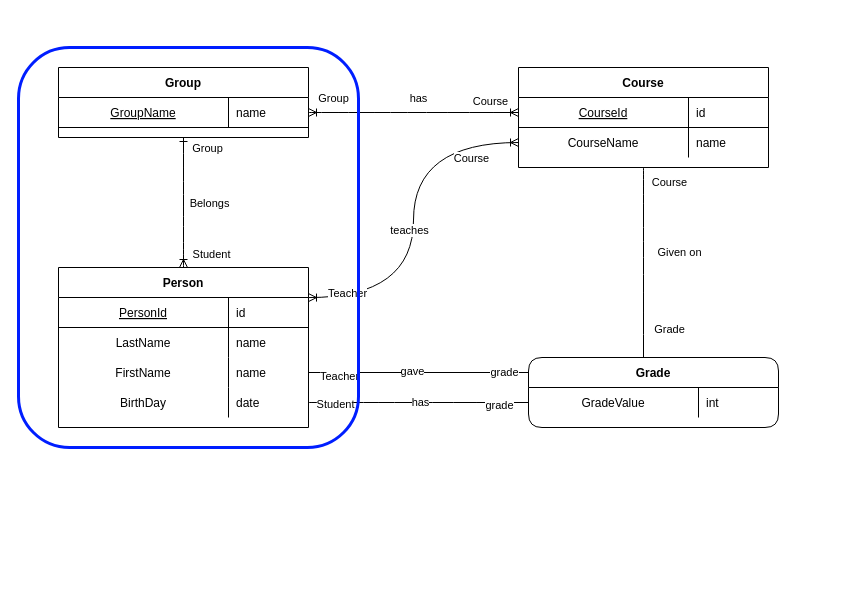
The draw.io diagram university_ERM.drawio in agatiks/generation, before the edit. Source tidied: cells renumbered, new cells numbered last; positions are measured from the earlier drawing's top-left corner, leaving out a move shared by most shapes. Both pictures are drawn from the tidied source at 100%, with x=0, y=0 at pixel (18, 47).
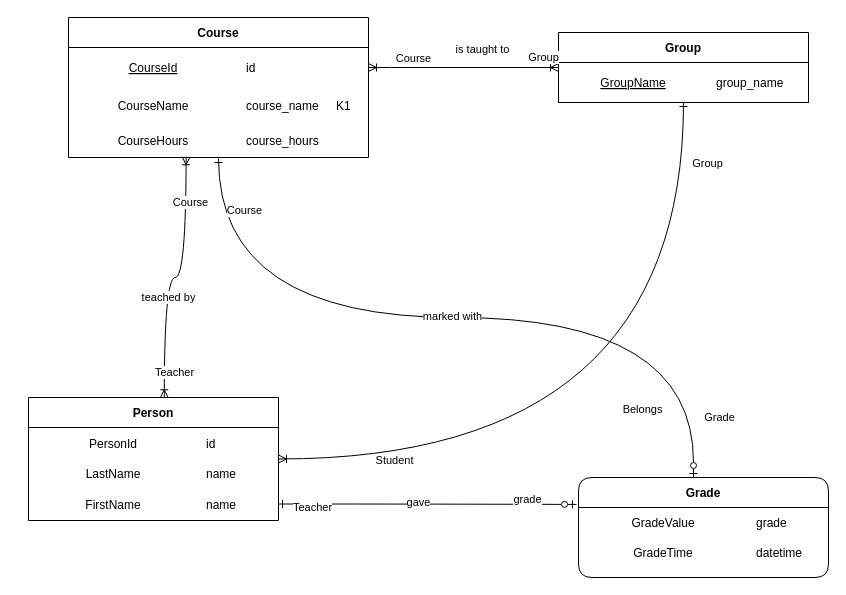
The same page after the edit.

Unchanged cells that the change refers to:
```xml
<mxCell id="2" style="edgeStyle=orthogonalEdgeStyle;curved=1;rounded=0;jettySize=auto;html=1;startArrow=ERoneToMany;startFill=0;endArrow=ERone;endFill=0;" parent="1" edge="1" source="6" target="30">
  <mxGeometry relative="1" as="geometry" />
</mxCell>
<mxCell id="43" style="shape=partialRectangle;fillColor=none;points=[[0,0.5],[1,0.5]];portConstraint=eastwest;top=0;left=0;right=0;bottom=0;" parent="42" vertex="1">
  <mxGeometry y="30" width="250" height="30" as="geometry" />
</mxCell>
```

Diff of the diagram source:
```diff
@@
     <mxCell id="3" value="Student" style="edgeLabel;html=1;align=center;verticalAlign=middle;" parent="2" vertex="1">
       <mxGeometry x="-0.78" y="-1" relative="1" as="geometry">
-        <mxPoint x="26" as="offset" />
+        <mxPoint x="31" as="offset" />
       </mxGeometry>
     </mxCell>
     <mxCell id="4" value="Belongs" style="edgeLabel;html=1;align=center;verticalAlign=middle;" parent="2" vertex="1">
       <mxGeometry relative="1" as="geometry">
-        <mxPoint x="25" as="offset" />
+        <mxPoint x="-18" y="-50" as="offset" />
       </mxGeometry>
     </mxCell>
@@
-    <mxCell id="6" value="Person" style="shape=table;startSize=30;childLayout=tableLayout;rowLines=0;fontStyle=1;align=center;" parent="1" vertex="1">
-      <mxGeometry x="40" y="220" width="250" height="160" as="geometry" />
+    <mxCell id="6" value="Person" style="shape=table;startSize=30;childLayout=tableLayout;rowLines=0;fontStyle=1;align=center;columnLines=0;" parent="1" vertex="1">
+      <mxGeometry x="10" y="350" width="250" height="123" as="geometry" />
     </mxCell>
-    <mxCell id="7" style="shape=partialRectangle;fillColor=none;top=0;left=0;right=0;bottom=1;" parent="6" vertex="1">
-      <mxGeometry y="30" width="250" height="30" as="geometry" />
-    </mxCell>
+    <mxCell id="55" style="shape=partialRectangle;fillColor=none;top=0;left=0;right=0;bottom=0;" parent="6" vertex="1">
+      <mxGeometry y="30" width="250" height="32" as="geometry" />
+    </mxCell>
-    <mxCell id="8" value="PersonId" style="shape=partialRectangle;overflow=hidden;fillColor=none;top=0;left=0;bottom=0;right=0;fontStyle=4;" parent="7" vertex="1">
-      <mxGeometry width="170" height="30" as="geometry" />
+    <mxCell id="8" value="PersonId" style="shape=partialRectangle;overflow=hidden;fillColor=none;top=0;left=0;bottom=0;right=0;" parent="55" vertex="1">
+      <mxGeometry width="170" height="32" as="geometry" />
     </mxCell>
-    <mxCell id="9" value="id" style="shape=partialRectangle;overflow=hidden;fillColor=none;top=0;left=0;bottom=0;right=0;align=left;spacingLeft=6;fontStyle=0;" parent="7" vertex="1">
-      <mxGeometry x="170" width="80" height="30" as="geometry" />
+    <mxCell id="9" value="id" style="shape=partialRectangle;overflow=hidden;fillColor=none;top=0;left=0;bottom=0;right=0;align=left;spacingLeft=6;" parent="55" vertex="1">
+      <mxGeometry x="170" width="80" height="32" as="geometry" />
     </mxCell>
     <mxCell id="10" style="shape=partialRectangle;fillColor=none;top=0;left=0;right=0;bottom=0;" parent="6" vertex="1">
-      <mxGeometry y="60" width="250" height="30" as="geometry" />
+      <mxGeometry y="62" width="250" height="28" as="geometry" />
     </mxCell>
     <mxCell id="11" value="LastName" style="shape=partialRectangle;overflow=hidden;fillColor=none;top=0;left=0;bottom=0;right=0;" parent="10" vertex="1">
-      <mxGeometry width="170" height="30" as="geometry" />
+      <mxGeometry width="170" height="28" as="geometry" />
     </mxCell>
     <mxCell id="12" value="name" style="shape=partialRectangle;overflow=hidden;fillColor=none;top=0;left=0;bottom=0;right=0;align=left;spacingLeft=6;" parent="10" vertex="1">
-      <mxGeometry x="170" width="80" height="30" as="geometry" />
+      <mxGeometry x="170" width="80" height="28" as="geometry" />
     </mxCell>
     <mxCell id="13" style="shape=partialRectangle;fillColor=none;points=[[0,0.5],[1,0.5]];portConstraint=eastwest;top=0;left=0;right=0;bottom=0;" parent="6" vertex="1">
-      <mxGeometry y="90" width="250" height="30" as="geometry" />
+      <mxGeometry y="90" width="250" height="33" as="geometry" />
     </mxCell>
     <mxCell id="14" value="FirstName" style="shape=partialRectangle;overflow=hidden;fillColor=none;top=0;left=0;bottom=0;right=0;" parent="13" vertex="1">
-      <mxGeometry width="170" height="30" as="geometry" />
+      <mxGeometry width="170" height="33" as="geometry" />
     </mxCell>
     <mxCell id="15" value="name" style="shape=partialRectangle;overflow=hidden;fillColor=none;top=0;left=0;bottom=0;right=0;align=left;spacingLeft=6;" parent="13" vertex="1">
-      <mxGeometry x="170" width="80" height="30" as="geometry" />
+      <mxGeometry x="170" width="80" height="33" as="geometry" />
     </mxCell>
-    <mxCell id="16" style="shape=partialRectangle;fillColor=none;points=[[0,0.5],[1,0.5]];portConstraint=eastwest;top=0;left=0;right=0;bottom=0;" parent="6" vertex="1">
-      <mxGeometry y="120" width="250" height="30" as="geometry" />
-    </mxCell>
-    <mxCell id="17" value="BirthDay" style="shape=partialRectangle;overflow=hidden;fillColor=none;top=0;left=0;bottom=0;right=0;" parent="16" vertex="1">
-      <mxGeometry width="170" height="30" as="geometry" />
-    </mxCell>
-    <mxCell id="18" value="date" style="shape=partialRectangle;overflow=hidden;fillColor=none;top=0;left=0;bottom=0;right=0;align=left;spacingLeft=6;" parent="16" vertex="1">
-      <mxGeometry x="170" width="80" height="30" as="geometry" />
-    </mxCell>
-    <mxCell id="19" style="edgeStyle=orthogonalEdgeStyle;curved=1;rounded=0;jettySize=auto;html=1;exitX=0.5;exitY=1;exitDx=0;exitDy=0;entryX=0.46;entryY=0;entryDx=0;entryDy=0;entryPerimeter=0;endArrow=none;endFill=0;" parent="1" edge="1" source="23" target="42">
+    <mxCell id="19" style="edgeStyle=orthogonalEdgeStyle;curved=1;rounded=0;jettySize=auto;html=1;exitX=0.5;exitY=1;exitDx=0;exitDy=0;entryX=0.46;entryY=0;entryDx=0;entryDy=0;entryPerimeter=0;endArrow=ERzeroToOne;endFill=0;startArrow=ERone;startFill=0;" parent="1" edge="1" source="23" target="42">
       <mxGeometry relative="1" as="geometry" />
     </mxCell>
     <mxCell id="20" value="Grade" style="edgeLabel;html=1;align=center;verticalAlign=middle;" parent="19" vertex="1">
       <mxGeometry x="0.69" y="2" relative="1" as="geometry">
-        <mxPoint x="23" as="offset" />
+        <mxPoint x="23" y="62" as="offset" />
       </mxGeometry>
     </mxCell>
-    <mxCell id="21" value="Given on" style="edgeLabel;html=1;align=center;verticalAlign=middle;" parent="19" vertex="1">
+    <mxCell id="21" value="marked with" style="edgeLabel;html=1;align=center;verticalAlign=middle;" parent="19" vertex="1">
       <mxGeometry x="-0.1" relative="1" as="geometry">
         <mxPoint x="35" y="-2" as="offset" />
       </mxGeometry>
     </mxCell>
@@
-    <mxCell id="23" value="Course" style="shape=table;startSize=30;childLayout=tableLayout;rowLines=0;fontStyle=1;align=center;" parent="1" vertex="1">
-      <mxGeometry x="500" y="20" width="250" height="100" as="geometry" />
+    <mxCell id="23" value="Course" style="shape=table;startSize=30;childLayout=tableLayout;rowLines=0;fontStyle=1;align=center;strokeColor=default;perimeterSpacing=1;strokeWidth=1;swimlaneLine=1;columnLines=0;rounded=0;" parent="1" vertex="1">
+      <mxGeometry x="50" y="-30" width="300" height="140" as="geometry" />
     </mxCell>
-    <mxCell id="24" style="shape=partialRectangle;fillColor=none;points=[[0,0.5],[1,0.5]];portConstraint=eastwest;top=0;left=0;right=0;bottom=1;" parent="23" vertex="1">
-      <mxGeometry y="30" width="250" height="30" as="geometry" />
+    <mxCell id="24" style="shape=partialRectangle;fillColor=none;points=[[0,0.5],[1,0.5]];portConstraint=eastwest;top=0;left=0;right=0;bottom=0;strokeColor=inherit;" parent="23" vertex="1">
+      <mxGeometry y="30" width="300" height="40" as="geometry" />
     </mxCell>
-    <mxCell id="25" value="CourseId" style="shape=partialRectangle;overflow=hidden;fillColor=none;top=0;left=0;bottom=0;right=0;fontStyle=4;" parent="24" vertex="1">
-      <mxGeometry width="170" height="30" as="geometry" />
+    <mxCell id="25" value="CourseId" style="shape=partialRectangle;overflow=hidden;fillColor=none;top=0;left=0;bottom=0;right=0;fontStyle=4;strokeColor=inherit;strokeWidth=0;" parent="24" vertex="1">
+      <mxGeometry width="170" height="40" as="geometry" />
     </mxCell>
-    <mxCell id="26" value="id" style="shape=partialRectangle;overflow=hidden;fillColor=none;top=0;left=0;bottom=0;right=0;align=left;spacingLeft=6;fontStyle=0;" parent="24" vertex="1">
-      <mxGeometry x="170" width="80" height="30" as="geometry" />
+    <mxCell id="26" value="id" style="shape=partialRectangle;overflow=hidden;fillColor=none;top=0;left=0;bottom=0;right=0;align=left;spacingLeft=6;fontStyle=0;strokeColor=inherit;" parent="24" vertex="1">
+      <mxGeometry x="170" width="90" height="40" as="geometry" />
     </mxCell>
+    <mxCell id="56" style="shape=partialRectangle;overflow=hidden;fillColor=none;top=0;left=0;bottom=0;right=0;align=left;spacingLeft=6;fontStyle=0;strokeColor=inherit;" parent="24" vertex="1">
+      <mxGeometry x="260" width="40" height="40" as="geometry" />
+    </mxCell>
     <mxCell id="27" style="shape=partialRectangle;fillColor=none;points=[[0,0.5],[1,0.5]];portConstraint=eastwest;top=0;left=0;right=0;bottom=0;" parent="23" vertex="1">
-      <mxGeometry y="60" width="250" height="30" as="geometry" />
+      <mxGeometry y="70" width="300" height="35" as="geometry" />
     </mxCell>
-    <mxCell id="28" value="CourseName" style="shape=partialRectangle;overflow=hidden;fillColor=none;top=0;left=0;bottom=0;right=0;" parent="27" vertex="1">
-      <mxGeometry width="170" height="30" as="geometry" />
+    <mxCell id="28" value="CourseName" style="shape=partialRectangle;overflow=hidden;fillColor=none;top=0;left=0;bottom=0;right=0;strokeColor=inherit;" parent="27" vertex="1">
+      <mxGeometry width="170" height="35" as="geometry" />
     </mxCell>
-    <mxCell id="29" value="name" style="shape=partialRectangle;overflow=hidden;fillColor=none;top=0;left=0;bottom=0;right=0;align=left;spacingLeft=6;" parent="27" vertex="1">
-      <mxGeometry x="170" width="80" height="30" as="geometry" />
+    <mxCell id="29" value="course_name" style="shape=partialRectangle;overflow=hidden;fillColor=none;top=0;left=0;bottom=0;right=0;align=left;spacingLeft=6;perimeterSpacing=4;strokeColor=default;strokeWidth=0;" parent="27" vertex="1">
+      <mxGeometry x="170" width="90" height="35" as="geometry" />
     </mxCell>
+    <mxCell id="57" value="K1" style="shape=partialRectangle;overflow=hidden;fillColor=none;top=0;left=0;bottom=0;right=0;align=left;spacingLeft=6;perimeterSpacing=4;strokeColor=default;strokeWidth=0;" parent="27" vertex="1">
+      <mxGeometry x="260" width="40" height="35" as="geometry" />
+    </mxCell>
+    <mxCell id="58" style="shape=partialRectangle;fillColor=none;points=[[0,0.5],[1,0.5]];portConstraint=eastwest;top=0;left=0;right=0;bottom=0;" parent="23" vertex="1">
+      <mxGeometry y="105" width="300" height="35" as="geometry" />
+    </mxCell>
+    <mxCell id="59" value="CourseHours" style="shape=partialRectangle;overflow=hidden;fillColor=none;top=0;left=0;bottom=0;right=0;strokeColor=inherit;" parent="58" vertex="1">
+      <mxGeometry width="170" height="35" as="geometry" />
+    </mxCell>
+    <mxCell id="60" value="course_hours" style="shape=partialRectangle;overflow=hidden;fillColor=none;top=0;left=0;bottom=0;right=0;align=left;spacingLeft=6;perimeterSpacing=4;strokeColor=default;strokeWidth=0;" parent="58" vertex="1">
+      <mxGeometry x="170" width="90" height="35" as="geometry" />
+    </mxCell>
+    <mxCell id="61" style="shape=partialRectangle;overflow=hidden;fillColor=none;top=0;left=0;bottom=0;right=0;align=left;spacingLeft=6;perimeterSpacing=4;strokeColor=default;strokeWidth=0;" parent="58" vertex="1">
+      <mxGeometry x="260" width="40" height="35" as="geometry" />
+    </mxCell>
-    <mxCell id="30" value="Group" style="shape=table;startSize=30;childLayout=tableLayout;rowLines=0;fontStyle=1;align=center;" parent="1" vertex="1">
-      <mxGeometry x="40" y="20" width="250" height="70" as="geometry" />
+    <mxCell id="30" value="Group" style="shape=table;startSize=30;childLayout=tableLayout;rowLines=0;fontStyle=1;align=center;columnLines=0;" parent="1" vertex="1">
+      <mxGeometry x="540" y="-15" width="250" height="70" as="geometry" />
     </mxCell>
     <mxCell id="31" style="shape=partialRectangle;fillColor=none;points=[[0,0.5],[1,0.5]];portConstraint=eastwest;top=0;left=0;right=0;bottom=1;" parent="30" vertex="1">
-      <mxGeometry y="30" width="250" height="30" as="geometry" />
+      <mxGeometry y="30" width="250" height="40" as="geometry" />
     </mxCell>
     <mxCell id="32" value="GroupName" style="shape=partialRectangle;overflow=hidden;fillColor=none;top=0;left=0;bottom=0;right=0;fontStyle=4;" parent="31" vertex="1">
-      <mxGeometry width="170" height="30" as="geometry" />
+      <mxGeometry width="150" height="40" as="geometry" />
     </mxCell>
-    <mxCell id="33" value="name" style="shape=partialRectangle;overflow=hidden;fillColor=none;top=0;left=0;bottom=0;right=0;align=left;spacingLeft=6;fontStyle=0;" parent="31" vertex="1">
-      <mxGeometry x="170" width="80" height="30" as="geometry" />
+    <mxCell id="33" value="group_name" style="shape=partialRectangle;overflow=hidden;fillColor=none;top=0;left=0;bottom=0;right=0;align=left;spacingLeft=6;fontStyle=0;" parent="31" vertex="1">
+      <mxGeometry x="150" width="100" height="40" as="geometry" />
     </mxCell>
-    <mxCell id="34" style="edgeStyle=orthogonalEdgeStyle;rounded=0;jettySize=auto;html=1;exitX=1;exitY=0.5;exitDx=0;exitDy=0;endArrow=ERoneToMany;endFill=0;curved=1;startArrow=ERoneToMany;startFill=0;" parent="1" edge="1" source="31" target="24">
+    <mxCell id="34" style="edgeStyle=orthogonalEdgeStyle;rounded=0;jettySize=auto;html=1;exitX=0;exitY=0.5;exitDx=0;exitDy=0;endArrow=ERoneToMany;endFill=0;curved=1;startArrow=ERoneToMany;startFill=0;" parent="1" edge="1" source="30" target="24">
       <mxGeometry relative="1" as="geometry" />
     </mxCell>
     <mxCell id="35" value="Course" style="edgeLabel;html=1;align=center;verticalAlign=middle;" parent="34" vertex="1">
       <mxGeometry x="0.51" y="-1" relative="1" as="geometry">
-        <mxPoint x="22" y="-13" as="offset" />
+        <mxPoint x="-3" y="-9" as="offset" />
       </mxGeometry>
     </mxCell>
@@
-    <mxCell id="37" value="has" style="edgeLabel;html=1;align=center;verticalAlign=middle;" parent="34" vertex="1">
+    <mxCell id="37" value="is taught to" style="edgeLabel;html=1;align=center;verticalAlign=middle;" parent="34" vertex="1">
       <mxGeometry x="-0.07" y="-2" relative="1" as="geometry">
         <mxPoint x="11" y="-17" as="offset" />
       </mxGeometry>
     </mxCell>
-    <mxCell id="38" style="edgeStyle=orthogonalEdgeStyle;curved=1;rounded=0;jettySize=auto;html=1;exitX=1;exitY=0.188;exitDx=0;exitDy=0;exitPerimeter=0;endArrow=ERoneToMany;endFill=0;startArrow=ERoneToMany;startFill=0;" parent="1" edge="1" source="6" target="27">
+    <mxCell id="38" style="edgeStyle=orthogonalEdgeStyle;curved=1;rounded=0;jettySize=auto;html=1;exitX=0.543;exitY=0.002;exitDx=0;exitDy=0;exitPerimeter=0;endArrow=ERoneToMany;endFill=0;startArrow=ERoneToMany;startFill=0;entryX=0.392;entryY=0.979;entryDx=0;entryDy=0;entryPerimeter=0;" parent="1" edge="1" source="6" target="58">
       <mxGeometry relative="1" as="geometry" />
     </mxCell>
@@
-    <mxCell id="40" value="teaches" style="edgeLabel;html=1;align=center;verticalAlign=middle;" parent="38" vertex="1">
+    <mxCell id="40" value="teached by" style="edgeLabel;html=1;align=center;verticalAlign=middle;" parent="38" vertex="1">
       <mxGeometry x="-0.05" y="-5" relative="1" as="geometry">
-        <mxPoint x="-10" as="offset" />
+        <mxPoint x="-1" y="14" as="offset" />
       </mxGeometry>
     </mxCell>
@@
-    <mxCell id="42" value="Grade" style="shape=table;startSize=30;childLayout=tableLayout;rowLines=0;fontStyle=1;align=center;rounded=1;" parent="1" vertex="1">
-      <mxGeometry x="510" y="310" width="250" height="70" as="geometry" />
+    <mxCell id="42" value="Grade" style="shape=table;startSize=30;childLayout=tableLayout;rowLines=0;fontStyle=1;align=center;rounded=1;columnLines=0;" parent="1" vertex="1">
+      <mxGeometry x="560" y="430" width="250" height="100" as="geometry" />
     </mxCell>
@@
-    <mxCell id="45" value="int" style="shape=partialRectangle;overflow=hidden;fillColor=none;top=0;left=0;bottom=0;right=0;align=left;spacingLeft=6;" parent="43" vertex="1">
+    <mxCell id="45" value="grade" style="shape=partialRectangle;overflow=hidden;fillColor=none;top=0;left=0;bottom=0;right=0;align=left;spacingLeft=6;" parent="43" vertex="1">
       <mxGeometry x="170" width="80" height="30" as="geometry" />
     </mxCell>
+    <mxCell id="62" style="shape=partialRectangle;fillColor=none;top=0;left=0;right=0;bottom=0;" parent="42" vertex="1">
+      <mxGeometry y="60" width="250" height="30" as="geometry" />
+    </mxCell>
+    <mxCell id="63" value="GradeTime" style="shape=partialRectangle;overflow=hidden;fillColor=none;top=0;left=0;bottom=0;right=0;" parent="62" vertex="1">
+      <mxGeometry width="170" height="30" as="geometry" />
+    </mxCell>
+    <mxCell id="64" value="datetime" style="shape=partialRectangle;overflow=hidden;fillColor=none;top=0;left=0;bottom=0;right=0;align=left;spacingLeft=6;" parent="62" vertex="1">
+      <mxGeometry x="170" width="80" height="30" as="geometry" />
+    </mxCell>
-    <mxCell id="46" style="edgeStyle=orthogonalEdgeStyle;curved=1;rounded=0;jettySize=auto;html=1;exitX=1;exitY=0.5;exitDx=0;exitDy=0;entryX=0;entryY=0.5;entryDx=0;entryDy=0;endArrow=none;endFill=0;" parent="1" edge="1" source="16" target="43">
+    <mxCell id="46" style="edgeStyle=orthogonalEdgeStyle;curved=1;rounded=0;jettySize=auto;html=1;exitX=1;exitY=0.5;exitDx=0;exitDy=0;entryX=0.007;entryY=0.924;entryDx=0;entryDy=0;endArrow=ERzeroToOne;endFill=0;startArrow=ERone;startFill=0;entryPerimeter=0;" parent="1" edge="1" target="43">
       <mxGeometry relative="1" as="geometry" />
     </mxCell>
     <mxCell id="47" value="Student" style="edgeLabel;html=1;align=center;verticalAlign=middle;" parent="46" vertex="1">
-      <mxGeometry x="-0.76" y="-1" relative="1" as="geometry" />
+      <mxGeometry x="-0.76" y="-1" relative="1" as="geometry">
+        <mxPoint x="4" as="offset" />
+      </mxGeometry>
     </mxCell>
     <mxCell id="48" value="grade" style="edgeLabel;html=1;align=center;verticalAlign=middle;" parent="46" vertex="1">
       <mxGeometry x="0.84" y="-2" relative="1" as="geometry">
-        <mxPoint x="-12" as="offset" />
+        <mxPoint x="-22" as="offset" />
       </mxGeometry>
     </mxCell>
@@
-    <mxCell id="50" style="edgeStyle=orthogonalEdgeStyle;curved=1;rounded=0;jettySize=auto;html=1;endArrow=none;endFill=0;" parent="1" edge="1" source="13">
-      <mxGeometry relative="1" as="geometry">
-        <mxPoint x="510" y="325" as="targetPoint" />
-      </mxGeometry>
+    <mxCell id="50" style="edgeStyle=orthogonalEdgeStyle;curved=1;rounded=0;jettySize=auto;html=1;endArrow=ERzeroToOne;endFill=0;startArrow=ERone;startFill=0;entryX=-0.008;entryY=-0.102;entryDx=0;entryDy=0;entryPerimeter=0;" parent="1" edge="1" source="13" target="43">
+      <mxGeometry relative="1" as="geometry" />
     </mxCell>
@@
     <mxCell id="52" value="grade" style="edgeLabel;html=1;align=center;verticalAlign=middle;" parent="50" vertex="1">
       <mxGeometry x="0.77" y="1" relative="1" as="geometry">
-        <mxPoint x="1" as="offset" />
+        <mxPoint x="-15" y="-4" as="offset" />
       </mxGeometry>
     </mxCell>
@@
-    <mxCell id="54" style="rounded=1;whiteSpace=wrap;html=1;fillColor=none;strokeColor=#001eff;strokeWidth=3;" parent="1" vertex="1">
-      <mxGeometry width="340" height="400" as="geometry" />
-    </mxCell>
```
